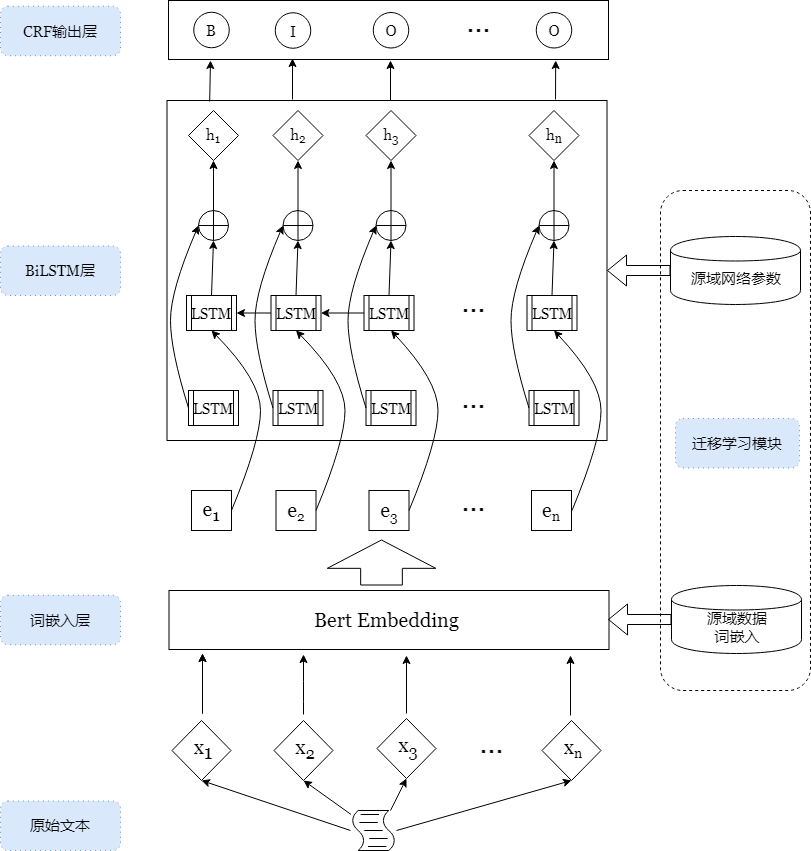
This is Trans-Bert-BiLSTM-CRF-CN.png from yhx123hero/CyberspaceSecurity_NER, a draw.io export, as it was before one commit. Source tidied: cells renumbered, new cells last; positions are measured from the earlier drawing's top-left corner, leaving out a move shared by most shapes.
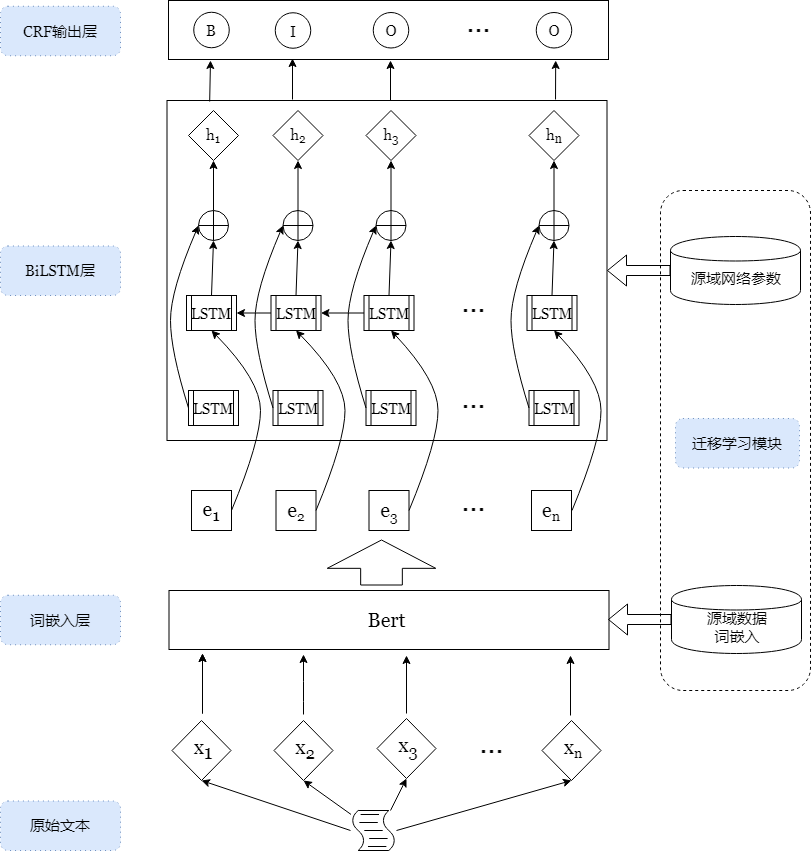
The same diagram one commit later.

Change to the diagram source:
```diff
@@ -95,7 +95,7 @@
         <mxPoint x="570" y="655" as="targetPoint" />
       </mxGeometry>
     </mxCell>
-    <mxCell id="24" value="Bert Embedding" style="text;html=1;strokeColor=none;fillColor=none;align=center;verticalAlign=middle;whiteSpace=wrap;rounded=0;labelBackgroundColor=none;fontFamily=Georgia;fontSize=20;" parent="1" vertex="1">
+    <mxCell id="24" value="Bert" style="text;html=1;strokeColor=none;fillColor=none;align=center;verticalAlign=middle;whiteSpace=wrap;rounded=0;labelBackgroundColor=none;fontFamily=Georgia;fontSize=20;" parent="1" vertex="1">
       <mxGeometry x="280.2" y="609" width="212.5" height="20" as="geometry" />
     </mxCell>
     <mxCell id="25" style="whiteSpace=wrap;html=1;labelBackgroundColor=none;fontFamily=Georgia;fontSize=20;" parent="1" vertex="1">
```
